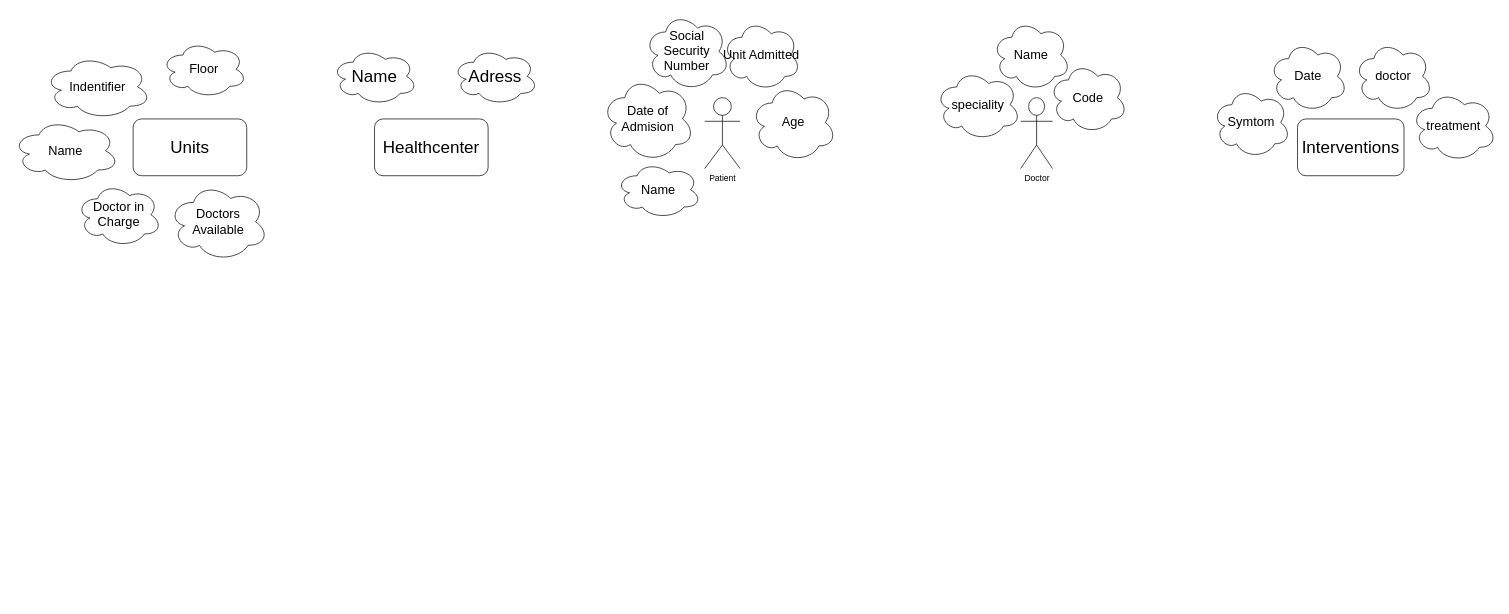
LeDaniii/CF-DBDev-cekic-matzer keeps this draw.io diagram as page "Page-1" (1 of 4) of HealthCenter.drawio. Above is the earlier version. Source tidied: cells renumbered, new cells numbered last; positions are measured from the earlier drawing's top-left corner, leaving out a move shared by most shapes. Both pictures are drawn from the tidied source at 71%, with x=0, y=0 at pixel (12, 12).
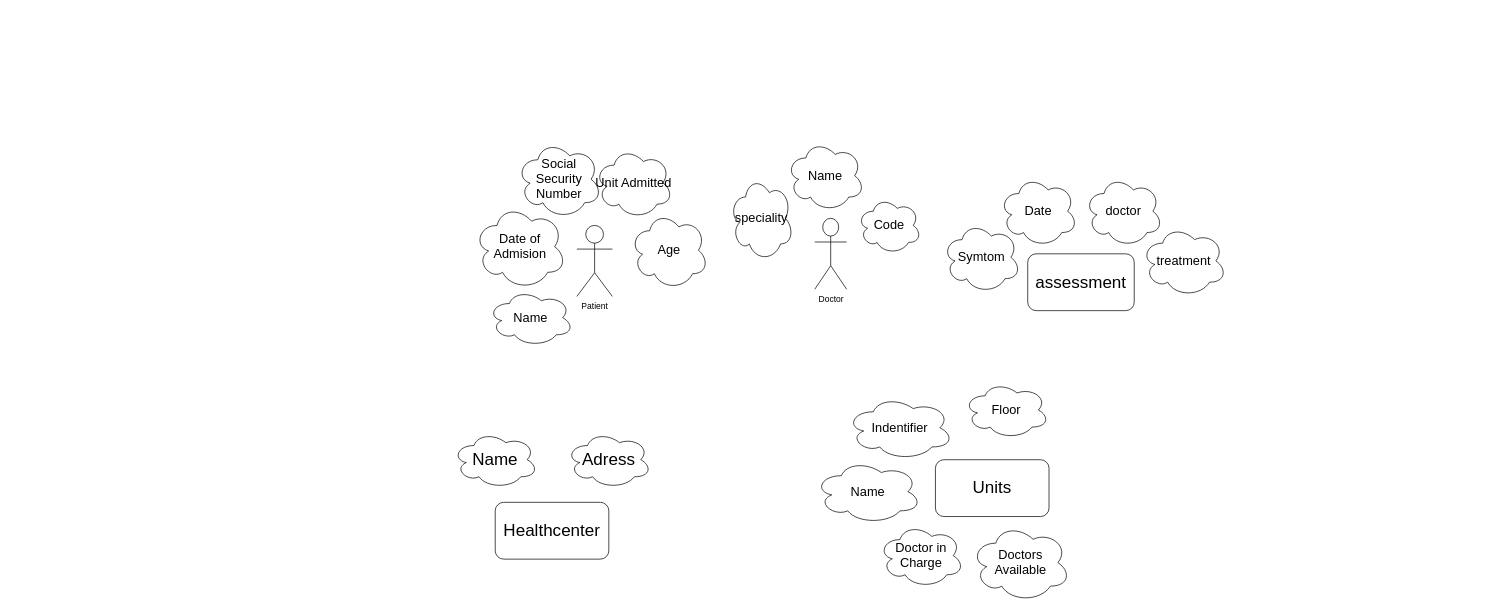
Above is the later version.

The edit, as a diff of the source:
```diff
@@
     <mxCell id="2" value="&lt;font style=&quot;font-size: 24px&quot;&gt;Healthcenter&lt;/font&gt;" style="rounded=1;whiteSpace=wrap;html=1;" parent="1" vertex="1">
-      <mxGeometry x="510" y="150" width="160" height="80" as="geometry" />
+      <mxGeometry x="680" y="690" width="160" height="80" as="geometry" />
     </mxCell>
     <mxCell id="3" value="Patient" style="shape=umlActor;verticalLabelPosition=bottom;verticalAlign=top;html=1;" parent="1" vertex="1">
-      <mxGeometry x="975" y="120" width="50" height="100" as="geometry" />
+      <mxGeometry x="795" y="300" width="50" height="100" as="geometry" />
     </mxCell>
     <mxCell id="4" value="&lt;div&gt;Doctor&lt;/div&gt;" style="shape=umlActor;verticalLabelPosition=bottom;verticalAlign=top;html=1;" parent="1" vertex="1">
-      <mxGeometry x="1420" y="120" width="45" height="100" as="geometry" />
+      <mxGeometry x="1130" y="290" width="45" height="100" as="geometry" />
     </mxCell>
-    <mxCell id="5" value="&lt;font style=&quot;font-size: 24px&quot;&gt;Interventions&lt;/font&gt;" style="rounded=1;whiteSpace=wrap;html=1;" parent="1" vertex="1">
-      <mxGeometry x="1810" y="150" width="150" height="80" as="geometry" />
+    <mxCell id="5" value="&lt;font style=&quot;font-size: 24px&quot;&gt;&lt;span&gt;&lt;span&gt;assessment&lt;/span&gt;&lt;/span&gt;&lt;/font&gt;" style="rounded=1;whiteSpace=wrap;html=1;" parent="1" vertex="1">
+      <mxGeometry x="1430" y="340" width="150" height="80" as="geometry" />
     </mxCell>
     <mxCell id="6" value="&lt;font style=&quot;font-size: 24px&quot;&gt;Units&lt;/font&gt;" style="rounded=1;whiteSpace=wrap;html=1;" parent="1" vertex="1">
-      <mxGeometry x="170" y="150" width="160" height="80" as="geometry" />
+      <mxGeometry x="1300" y="630" width="160" height="80" as="geometry" />
     </mxCell>
     <mxCell id="7" value="&lt;font style=&quot;font-size: 24px&quot;&gt;Name&lt;/font&gt;" style="ellipse;shape=cloud;whiteSpace=wrap;html=1;" parent="1" vertex="1">
-      <mxGeometry x="450" y="50" width="120" height="80" as="geometry" />
+      <mxGeometry x="620" y="590" width="120" height="80" as="geometry" />
     </mxCell>
     <mxCell id="8" value="&lt;font style=&quot;font-size: 24px&quot;&gt;Adress&lt;/font&gt;" style="ellipse;shape=cloud;whiteSpace=wrap;html=1;" parent="1" vertex="1">
-      <mxGeometry x="620" y="50" width="120" height="80" as="geometry" />
+      <mxGeometry x="780" y="590" width="120" height="80" as="geometry" />
     </mxCell>
     <mxCell id="9" value="&lt;font style=&quot;font-size: 18px&quot;&gt;Indentifier&lt;/font&gt;" style="ellipse;shape=cloud;whiteSpace=wrap;html=1;" parent="1" vertex="1">
-      <mxGeometry x="45" y="60" width="150" height="90" as="geometry" />
+      <mxGeometry x="1175" y="540" width="150" height="90" as="geometry" />
     </mxCell>
     <mxCell id="10" value="&lt;font style=&quot;font-size: 18px&quot;&gt;Floor&lt;/font&gt;" style="ellipse;shape=cloud;whiteSpace=wrap;html=1;" parent="1" vertex="1">
-      <mxGeometry x="210" y="40" width="120" height="80" as="geometry" />
+      <mxGeometry x="1340" y="520" width="120" height="80" as="geometry" />
     </mxCell>
     <mxCell id="11" value="&lt;font style=&quot;font-size: 18px&quot;&gt;Name&lt;/font&gt;" style="ellipse;shape=cloud;whiteSpace=wrap;html=1;" parent="1" vertex="1">
-      <mxGeometry y="150" width="150" height="90" as="geometry" />
+      <mxGeometry x="1130" y="630" width="150" height="90" as="geometry" />
     </mxCell>
     <mxCell id="12" value="&lt;font style=&quot;font-size: 18px&quot;&gt;Doctor in Charge&lt;/font&gt;" style="ellipse;shape=cloud;whiteSpace=wrap;html=1;" parent="1" vertex="1">
-      <mxGeometry x="90" y="240" width="120" height="90" as="geometry" />
+      <mxGeometry x="1220" y="720" width="120" height="90" as="geometry" />
     </mxCell>
     <mxCell id="13" value="&lt;font style=&quot;font-size: 18px&quot;&gt;Doctors Available&lt;/font&gt;" style="ellipse;shape=cloud;whiteSpace=wrap;html=1;" parent="1" vertex="1">
-      <mxGeometry x="220" y="240" width="140" height="110" as="geometry" />
+      <mxGeometry x="1350" y="720" width="140" height="110" as="geometry" />
     </mxCell>
     <mxCell id="14" value="&lt;font style=&quot;font-size: 18px&quot;&gt;Unit Admitted&lt;/font&gt;" style="ellipse;shape=cloud;whiteSpace=wrap;html=1;" parent="1" vertex="1">
-      <mxGeometry x="1000" y="10" width="110" height="100" as="geometry" />
+      <mxGeometry x="820" y="190" width="110" height="100" as="geometry" />
     </mxCell>
     <mxCell id="15" value="&lt;font style=&quot;font-size: 18px&quot;&gt;Social Security Number&lt;/font&gt;" style="ellipse;shape=cloud;whiteSpace=wrap;html=1;" parent="1" vertex="1">
-      <mxGeometry x="890" width="120" height="110" as="geometry" />
+      <mxGeometry x="710" y="180" width="120" height="110" as="geometry" />
     </mxCell>
     <mxCell id="16" value="&lt;font style=&quot;font-size: 18px&quot;&gt;Age&lt;/font&gt;" style="ellipse;shape=cloud;whiteSpace=wrap;html=1;" parent="1" vertex="1">
-      <mxGeometry x="1040" y="100" width="120" height="110" as="geometry" />
+      <mxGeometry x="870" y="280" width="110" height="110" as="geometry" />
     </mxCell>
     <mxCell id="17" value="&lt;font style=&quot;font-size: 18px&quot;&gt;Date of Admision&lt;/font&gt;" style="ellipse;shape=cloud;whiteSpace=wrap;html=1;" parent="1" vertex="1">
-      <mxGeometry x="830" y="90" width="130" height="120" as="geometry" />
+      <mxGeometry x="650" y="270" width="130" height="120" as="geometry" />
     </mxCell>
     <mxCell id="18" value="&lt;font style=&quot;font-size: 18px&quot;&gt;Name&lt;/font&gt;" style="ellipse;shape=cloud;whiteSpace=wrap;html=1;" parent="1" vertex="1">
-      <mxGeometry x="1380" y="10" width="110" height="100" as="geometry" />
+      <mxGeometry x="1090" y="180" width="110" height="100" as="geometry" />
     </mxCell>
     <mxCell id="19" value="&lt;font style=&quot;font-size: 18px&quot;&gt;Code&lt;/font&gt;" style="ellipse;shape=cloud;whiteSpace=wrap;html=1;" parent="1" vertex="1">
-      <mxGeometry x="1460" y="70" width="110" height="100" as="geometry" />
+      <mxGeometry x="1190" y="260" width="90" height="80" as="geometry" />
     </mxCell>
     <mxCell id="20" value="&lt;font style=&quot;font-size: 18px&quot;&gt;speciality&lt;/font&gt;" style="ellipse;shape=cloud;whiteSpace=wrap;html=1;" parent="1" vertex="1">
-      <mxGeometry x="1300" y="80" width="120" height="100" as="geometry" />
+      <mxGeometry x="1010" y="230" width="90" height="120" as="geometry" />
     </mxCell>
     <mxCell id="21" value="&lt;font style=&quot;font-size: 18px&quot;&gt;doctor&lt;/font&gt;" style="ellipse;shape=cloud;whiteSpace=wrap;html=1;" parent="1" vertex="1">
-      <mxGeometry x="1890" y="40" width="110" height="100" as="geometry" />
+      <mxGeometry x="1510" y="230" width="110" height="100" as="geometry" />
     </mxCell>
     <mxCell id="22" value="&lt;font style=&quot;font-size: 18px&quot;&gt;Date&lt;/font&gt;" style="ellipse;shape=cloud;whiteSpace=wrap;html=1;" parent="1" vertex="1">
-      <mxGeometry x="1770" y="40" width="110" height="100" as="geometry" />
+      <mxGeometry x="1390" y="230" width="110" height="100" as="geometry" />
     </mxCell>
     <mxCell id="23" value="&lt;font style=&quot;font-size: 18px&quot;&gt;Symtom&lt;/font&gt;" style="ellipse;shape=cloud;whiteSpace=wrap;html=1;" parent="1" vertex="1">
-      <mxGeometry x="1690" y="105" width="110" height="100" as="geometry" />
+      <mxGeometry x="1310" y="295" width="110" height="100" as="geometry" />
     </mxCell>
     <mxCell id="24" value="&lt;font style=&quot;font-size: 18px&quot;&gt;treatment&lt;/font&gt;" style="ellipse;shape=cloud;whiteSpace=wrap;html=1;" parent="1" vertex="1">
-      <mxGeometry x="1970" y="110" width="120" height="100" as="geometry" />
+      <mxGeometry x="1590" y="300" width="120" height="100" as="geometry" />
     </mxCell>
     <mxCell id="25" value="&lt;font style=&quot;font-size: 18px&quot;&gt;Name&lt;/font&gt;" style="ellipse;shape=cloud;whiteSpace=wrap;html=1;" parent="1" vertex="1">
-      <mxGeometry x="850" y="210" width="120" height="80" as="geometry" />
+      <mxGeometry x="670" y="390" width="120" height="80" as="geometry" />
     </mxCell>
```
